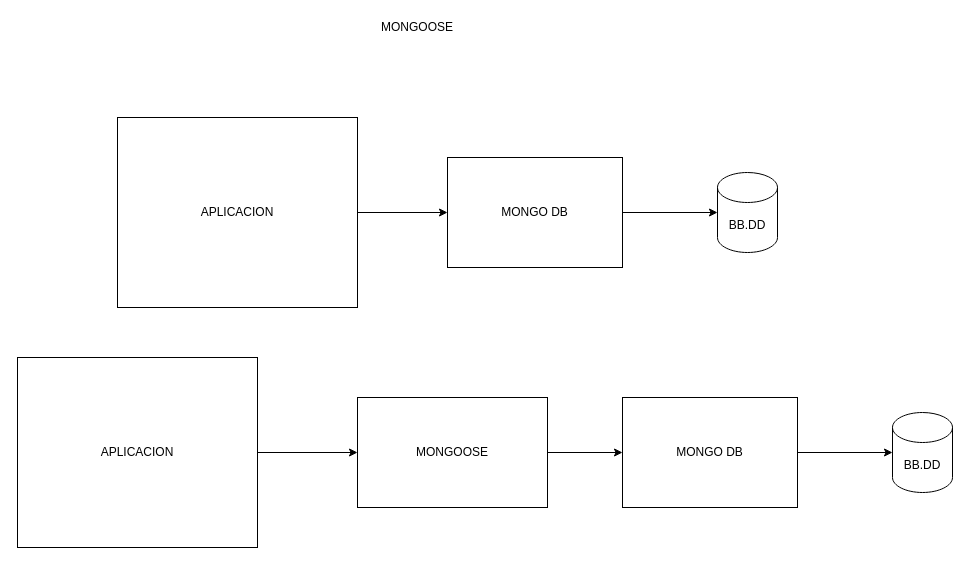
Earlier version of the draw.io diagram page "Página-49" (49 of 51) of diagramas.drawio (almoril00/MEAN). Source tidied: cells renumbered, new cells numbered last; positions are measured from the earlier drawing's top-left corner, leaving out a move shared by most shapes. Both pictures are drawn from the tidied source at 100%, with x=0, y=0 at pixel (17, 17).
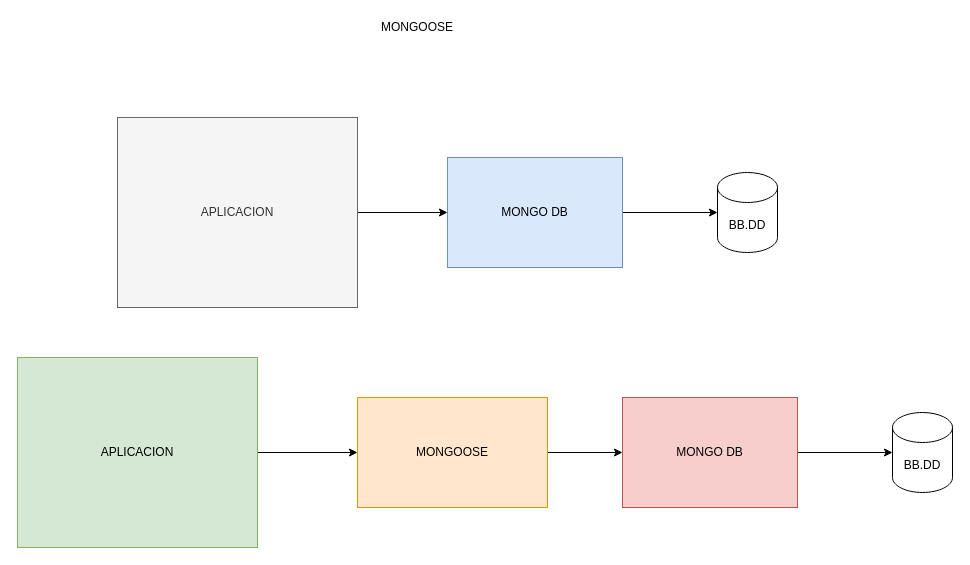
Above is the later version.

The edit, as a diff of the source:
```diff
@@
 <mxGraphModel>
   <root>
     <mxCell id="0" />
     <mxCell id="1" parent="0" />
     <mxCell id="2" style="edgeStyle=orthogonalEdgeStyle;rounded=0;jettySize=auto;html=1;exitX=1;exitY=0.5;exitDx=0;exitDy=0;" parent="1" edge="1" source="3" target="5">
       <mxGeometry relative="1" as="geometry" />
     </mxCell>
-    <mxCell id="3" value="APLICACION" style="rounded=0;whiteSpace=wrap;html=1;" parent="1" vertex="1">
+    <mxCell id="3" value="APLICACION" style="rounded=0;whiteSpace=wrap;html=1;fillColor=#f5f5f5;strokeColor=#666666;fontColor=#333333;" parent="1" vertex="1">
       <mxGeometry x="100" y="100" width="240" height="190" as="geometry" />
     </mxCell>
     <mxCell id="4" style="edgeStyle=orthogonalEdgeStyle;rounded=0;jettySize=auto;html=1;exitX=1;exitY=0.5;exitDx=0;exitDy=0;entryX=0;entryY=0.5;entryDx=0;entryDy=0;entryPerimeter=0;" parent="1" edge="1" source="5" target="6">
       <mxGeometry relative="1" as="geometry" />
     </mxCell>
-    <mxCell id="5" value="MONGO DB" style="rounded=0;whiteSpace=wrap;html=1;" parent="1" vertex="1">
+    <mxCell id="5" value="MONGO DB" style="rounded=0;whiteSpace=wrap;html=1;fillColor=#dae8fc;strokeColor=#6c8ebf;" parent="1" vertex="1">
       <mxGeometry x="430" y="140" width="175" height="110" as="geometry" />
     </mxCell>
     <mxCell id="6" value="BB.DD" style="shape=cylinder3;whiteSpace=wrap;html=1;boundedLbl=1;backgroundOutline=1;size=15;" parent="1" vertex="1">
       <mxGeometry x="700" y="155" width="60" height="80" as="geometry" />
     </mxCell>
     <mxCell id="7" style="edgeStyle=orthogonalEdgeStyle;rounded=0;jettySize=auto;html=1;exitX=1;exitY=0.5;exitDx=0;exitDy=0;" parent="1" edge="1" source="8" target="13">
       <mxGeometry relative="1" as="geometry" />
     </mxCell>
-    <mxCell id="8" value="APLICACION" style="rounded=0;whiteSpace=wrap;html=1;" parent="1" vertex="1">
+    <mxCell id="8" value="APLICACION" style="rounded=0;whiteSpace=wrap;html=1;fillColor=#d5e8d4;strokeColor=#82b366;" parent="1" vertex="1">
       <mxGeometry y="340" width="240" height="190" as="geometry" />
     </mxCell>
     <mxCell id="9" style="edgeStyle=orthogonalEdgeStyle;rounded=0;jettySize=auto;html=1;exitX=1;exitY=0.5;exitDx=0;exitDy=0;entryX=0;entryY=0.5;entryDx=0;entryDy=0;entryPerimeter=0;" parent="1" edge="1" source="10" target="11">
       <mxGeometry relative="1" as="geometry" />
     </mxCell>
-    <mxCell id="10" value="MONGO DB" style="rounded=0;whiteSpace=wrap;html=1;" parent="1" vertex="1">
+    <mxCell id="10" value="MONGO DB" style="rounded=0;whiteSpace=wrap;html=1;fillColor=#f8cecc;strokeColor=#b85450;" parent="1" vertex="1">
       <mxGeometry x="605" y="380" width="175" height="110" as="geometry" />
     </mxCell>
     <mxCell id="11" value="BB.DD" style="shape=cylinder3;whiteSpace=wrap;html=1;boundedLbl=1;backgroundOutline=1;size=15;" parent="1" vertex="1">
       <mxGeometry x="875" y="395" width="60" height="80" as="geometry" />
     </mxCell>
     <mxCell id="12" style="edgeStyle=orthogonalEdgeStyle;rounded=0;jettySize=auto;html=1;exitX=1;exitY=0.5;exitDx=0;exitDy=0;" parent="1" edge="1" source="13" target="10">
       <mxGeometry relative="1" as="geometry" />
     </mxCell>
-    <mxCell id="13" value="MONGOOSE" style="rounded=0;whiteSpace=wrap;html=1;" parent="1" vertex="1">
+    <mxCell id="13" value="MONGOOSE" style="rounded=0;whiteSpace=wrap;html=1;fillColor=#ffe6cc;strokeColor=#d79b00;" parent="1" vertex="1">
       <mxGeometry x="340" y="380" width="190" height="110" as="geometry" />
     </mxCell>
     <mxCell id="14" value="MONGOOSE" style="text;html=1;strokeColor=none;fillColor=none;align=center;verticalAlign=middle;whiteSpace=wrap;rounded=0;" parent="1" vertex="1">
       <mxGeometry x="380" width="40" height="20" as="geometry" />
     </mxCell>
   </root>
 </mxGraphModel>
```
